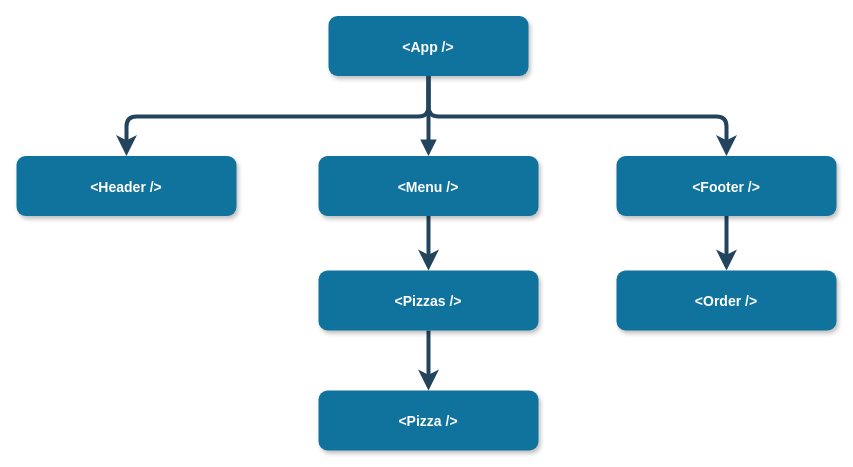
Earlier version of the draw.io diagram Section_05/pizza-menu/diagrams/components-relationship.drawio (vonschappler/Ultimate-React). Source tidied: cells renumbered, new cells numbered last; positions are measured from the earlier drawing's top-left corner, leaving out a move shared by most shapes. Both pictures are drawn from the tidied source at 100%, with x=0, y=0 at pixel (16, 16).
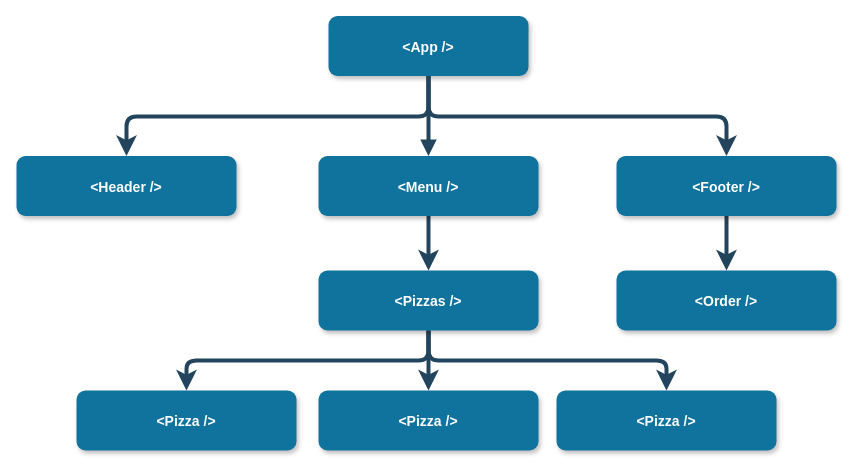
After the change.

Commit message:
Update components relationship diagram

The edit, as a diff of the source:
```diff
@@
 <mxGraphModel>
   <root>
     <mxCell id="0" />
     <mxCell id="1" parent="0" />
     <mxCell id="2" style="edgeStyle=elbowEdgeStyle;jettySize=auto;html=1;entryX=0.5;entryY=0;entryDx=0;entryDy=0;fontSize=12;startSize=8;endSize=8;exitX=0.5;exitY=1;exitDx=0;exitDy=0;strokeWidth=4;elbow=vertical;strokeColor=#23445d;rounded=1;" parent="1" edge="1" source="4" target="8">
       <mxGeometry relative="1" as="geometry" />
     </mxCell>
     <mxCell id="3" style="edgeStyle=elbowEdgeStyle;jettySize=auto;html=1;entryX=0.5;entryY=0;entryDx=0;entryDy=0;fontSize=12;startSize=8;endSize=8;exitX=0.5;exitY=1;exitDx=0;exitDy=0;rounded=1;elbow=vertical;strokeWidth=4;strokeColor=#23445d;" parent="1" edge="1" source="4" target="10">
       <mxGeometry relative="1" as="geometry" />
     </mxCell>
     <mxCell id="4" value="&lt;App /&gt;" style="rounded=1;fillColor=#10739E;strokeColor=none;shadow=1;gradientColor=none;fontStyle=1;fontColor=#FFFFFF;fontSize=14;" parent="1" vertex="1">
       <mxGeometry x="312" y="-0.5" width="200" height="60" as="geometry" />
     </mxCell>
     <mxCell id="5" style="edgeStyle=elbowEdgeStyle;jettySize=auto;html=1;entryX=0.5;entryY=0;entryDx=0;entryDy=0;fontSize=12;startSize=8;endSize=8;rounded=1;elbow=vertical;strokeWidth=4;strokeColor=#23445d;" parent="1" edge="1" source="6" target="12">
       <mxGeometry relative="1" as="geometry" />
     </mxCell>
     <mxCell id="6" value="&lt;Menu /&gt;" style="rounded=1;fillColor=#10739E;strokeColor=none;shadow=1;gradientColor=none;fontStyle=1;fontColor=#FFFFFF;fontSize=14;" parent="1" vertex="1">
       <mxGeometry x="302" y="139.5" width="220" height="60" as="geometry" />
     </mxCell>
     <mxCell id="7" style="edgeStyle=elbowEdgeStyle;elbow=vertical;strokeWidth=4;endArrow=block;endFill=1;fontStyle=1;strokeColor=#23445d;rounded=1;" parent="1" edge="1" source="4" target="6">
       <mxGeometry x="22" y="165.5" as="geometry" />
     </mxCell>
     <mxCell id="8" value="&lt;Header /&gt;" style="rounded=1;fillColor=#10739E;strokeColor=none;shadow=1;gradientColor=none;fontStyle=1;fontColor=#FFFFFF;fontSize=14;" parent="1" vertex="1">
       <mxGeometry y="139.5" width="220" height="60" as="geometry" />
     </mxCell>
     <mxCell id="9" style="edgeStyle=elbowEdgeStyle;jettySize=auto;html=1;entryX=0.5;entryY=0;entryDx=0;entryDy=0;fontSize=12;startSize=8;endSize=8;rounded=1;elbow=vertical;strokeWidth=4;strokeColor=#23445d;" parent="1" edge="1" source="10" target="14">
       <mxGeometry relative="1" as="geometry" />
     </mxCell>
     <mxCell id="10" value="&lt;Footer /&gt;" style="rounded=1;fillColor=#10739E;strokeColor=none;shadow=1;gradientColor=none;fontStyle=1;fontColor=#FFFFFF;fontSize=14;" parent="1" vertex="1">
       <mxGeometry x="600" y="139.5" width="220" height="60" as="geometry" />
     </mxCell>
     <mxCell id="11" style="edgeStyle=elbowEdgeStyle;jettySize=auto;html=1;entryX=0.5;entryY=0;entryDx=0;entryDy=0;fontSize=12;startSize=8;endSize=8;rounded=1;elbow=vertical;strokeWidth=4;strokeColor=#23445d;" parent="1" edge="1" source="12" target="13">
       <mxGeometry relative="1" as="geometry" />
     </mxCell>
+    <mxCell id="15" style="edgeStyle=elbowEdgeStyle;rounded=1;jettySize=auto;html=1;entryX=0.5;entryY=0;entryDx=0;entryDy=0;fontSize=12;startSize=8;endSize=8;exitX=0.5;exitY=1;exitDx=0;exitDy=0;elbow=vertical;strokeWidth=4;strokeColor=#23445d;" parent="1" edge="1" source="12" target="17">
+      <mxGeometry relative="1" as="geometry" />
+    </mxCell>
+    <mxCell id="16" style="edgeStyle=elbowEdgeStyle;rounded=1;jettySize=auto;html=1;entryX=0.5;entryY=0;entryDx=0;entryDy=0;fontSize=12;startSize=8;endSize=8;exitX=0.5;exitY=1;exitDx=0;exitDy=0;elbow=vertical;strokeWidth=4;strokeColor=#23445d;" parent="1" edge="1" source="12" target="18">
+      <mxGeometry relative="1" as="geometry" />
+    </mxCell>
     <mxCell id="12" value="&lt;Pizzas /&gt;" style="rounded=1;fillColor=#10739E;strokeColor=none;shadow=1;gradientColor=none;fontStyle=1;fontColor=#FFFFFF;fontSize=14;" parent="1" vertex="1">
       <mxGeometry x="302" y="254" width="220" height="60" as="geometry" />
     </mxCell>
     <mxCell id="13" value="&lt;Pizza /&gt;" style="rounded=1;fillColor=#10739E;strokeColor=none;shadow=1;gradientColor=none;fontStyle=1;fontColor=#FFFFFF;fontSize=14;" parent="1" vertex="1">
       <mxGeometry x="302" y="374" width="220" height="60" as="geometry" />
     </mxCell>
     <mxCell id="14" value="&lt;Order /&gt;" style="rounded=1;fillColor=#10739E;strokeColor=none;shadow=1;gradientColor=none;fontStyle=1;fontColor=#FFFFFF;fontSize=14;" parent="1" vertex="1">
       <mxGeometry x="600" y="254" width="220" height="60" as="geometry" />
     </mxCell>
+    <mxCell id="17" value="&lt;Pizza /&gt;" style="rounded=1;fillColor=#10739E;strokeColor=none;shadow=1;gradientColor=none;fontStyle=1;fontColor=#FFFFFF;fontSize=14;" parent="1" vertex="1">
+      <mxGeometry x="60" y="374" width="220" height="60" as="geometry" />
+    </mxCell>
+    <mxCell id="18" value="&lt;Pizza /&gt;" style="rounded=1;fillColor=#10739E;strokeColor=none;shadow=1;gradientColor=none;fontStyle=1;fontColor=#FFFFFF;fontSize=14;" parent="1" vertex="1">
+      <mxGeometry x="540" y="374" width="220" height="60" as="geometry" />
+    </mxCell>
   </root>
 </mxGraphModel>
```
